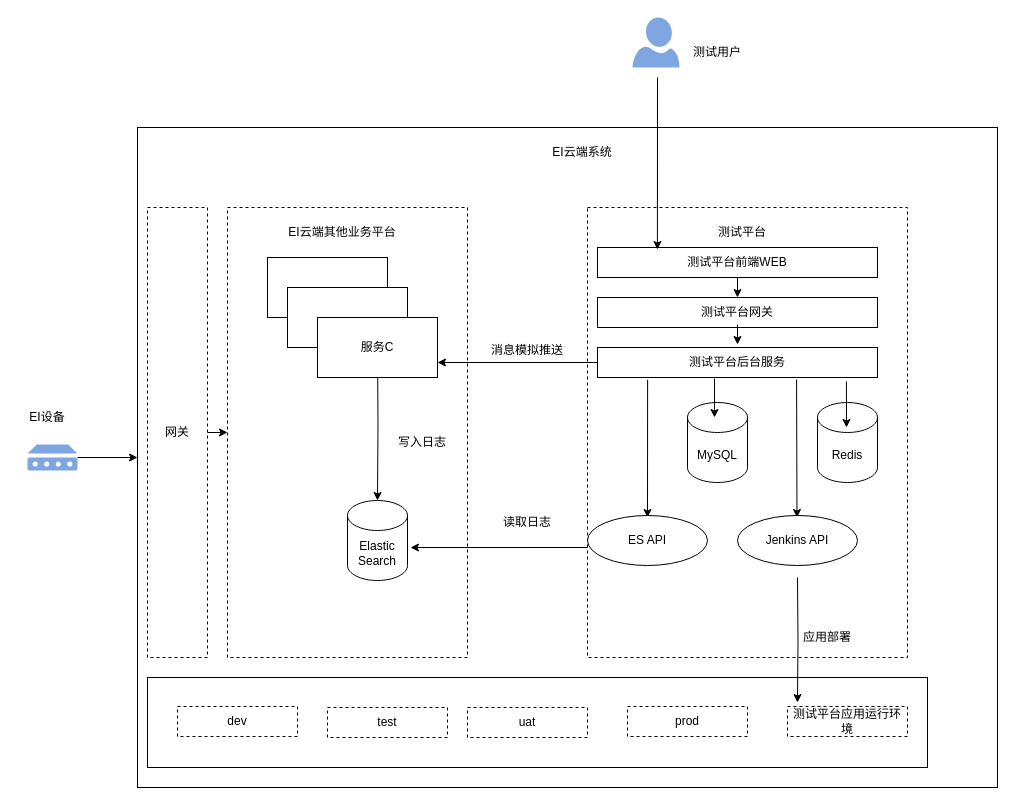
Above: ArchitectureDiagram/ei测试平台架构.drawio in liuyunlong1229/aaa (draw.io), before the change. Source tidied: cells renumbered, new cells numbered last; positions are measured from the earlier drawing's top-left corner, leaving out a move shared by most shapes. Both pictures are drawn from the tidied source at 100%, with x=0, y=0 at pixel (17, 17).
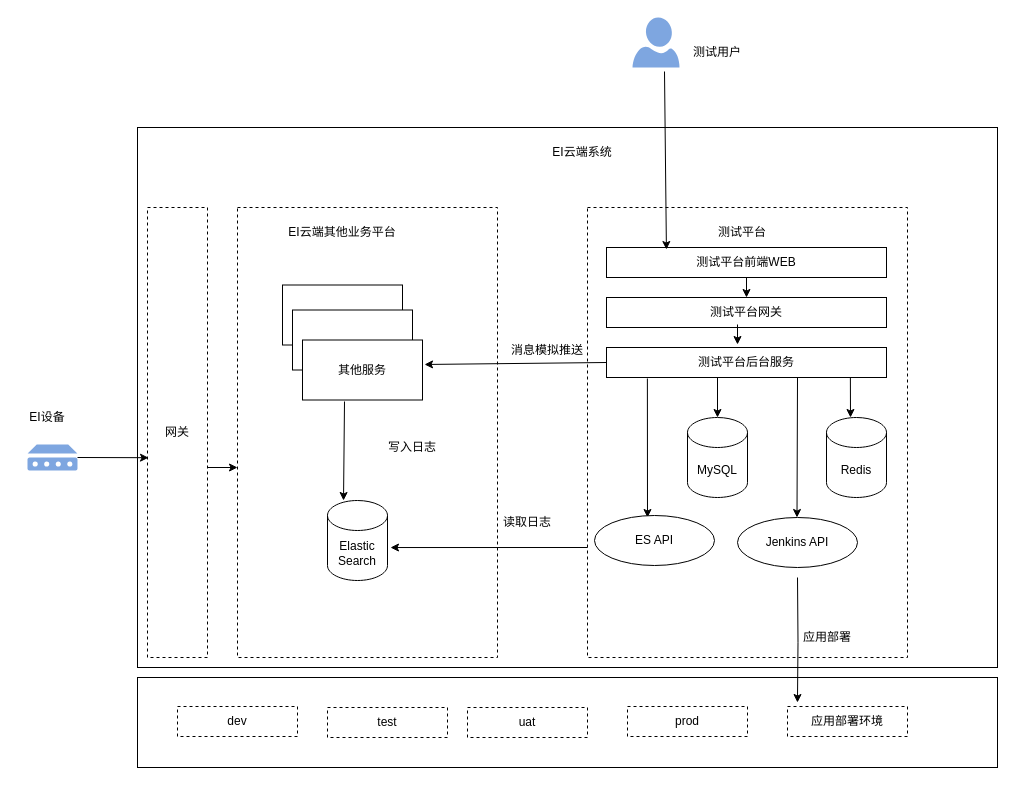
The same diagram, later.

Commit message (it also covers changes not shown here):
更新ei测试平台架构.drawio

The change refers to these unchanged cells:
```xml
<mxCell id="40" style="sketch=0;shadow=0;dashed=0;html=1;strokeColor=none;labelPosition=center;verticalLabelPosition=bottom;verticalAlign=top;align=center;fillColor=#7EA6E0;shape=mxgraph.azure.user;" parent="1" vertex="1">
  <mxGeometry x="615" width="47" height="50" as="geometry" />
</mxCell>
<mxCell id="43" value="网关" style="rounded=0;whiteSpace=wrap;html=1;dashed=1;fillColor=#FFFFFF;" parent="1" vertex="1">
  <mxGeometry x="130" y="190" width="60" height="450" as="geometry" />
</mxCell>
```

The edit, as a diff of the source:
```diff
@@
     <mxCell id="2" style="rounded=0;whiteSpace=wrap;html=1;" parent="1" vertex="1">
-      <mxGeometry x="120" y="110" width="860" height="660" as="geometry" />
+      <mxGeometry x="120" y="110" width="860" height="540" as="geometry" />
     </mxCell>
     <mxCell id="3" style="rounded=0;whiteSpace=wrap;html=1;" parent="1" vertex="1">
-      <mxGeometry x="130" y="660" width="780" height="90" as="geometry" />
+      <mxGeometry x="120" y="660" width="860" height="90" as="geometry" />
     </mxCell>
@@
     <mxCell id="6" style="rounded=0;whiteSpace=wrap;html=1;dashed=1;" parent="1" vertex="1">
-      <mxGeometry x="210" y="190" width="240" height="450" as="geometry" />
+      <mxGeometry x="220" y="190" width="260" height="450" as="geometry" />
     </mxCell>
     <mxCell id="7" value="Elastic Search" style="shape=cylinder3;whiteSpace=wrap;html=1;boundedLbl=1;backgroundOutline=1;size=15;" parent="1" vertex="1">
-      <mxGeometry x="330" y="483" width="60" height="80" as="geometry" />
+      <mxGeometry x="310" y="483" width="60" height="80" as="geometry" />
     </mxCell>
-    <mxCell id="8" style="edgeStyle=orthogonalEdgeStyle;rounded=0;jettySize=auto;html=1;exitX=0.5;exitY=1;exitDx=0;exitDy=0;" parent="1" edge="1" target="7">
-      <mxGeometry relative="1" as="geometry">
-        <mxPoint x="360" y="330" as="sourcePoint" />
-      </mxGeometry>
-    </mxCell>
-    <mxCell id="9" value="写入日志" style="text;html=1;strokeColor=none;fillColor=none;align=center;verticalAlign=middle;whiteSpace=wrap;rounded=0;" parent="1" vertex="1">
-      <mxGeometry x="350" y="410" width="110" height="30" as="geometry" />
-    </mxCell>
     <mxCell id="10" value="测试平台后台服务" style="rounded=0;whiteSpace=wrap;html=1;" parent="1" vertex="1">
-      <mxGeometry x="580" y="330" width="280" height="30" as="geometry" />
+      <mxGeometry x="589" y="330" width="280" height="30" as="geometry" />
     </mxCell>
     <mxCell id="11" value="测试平台前端WEB" style="rounded=0;whiteSpace=wrap;html=1;" parent="1" vertex="1">
-      <mxGeometry x="580" y="230" width="280" height="30" as="geometry" />
+      <mxGeometry x="589" y="230" width="280" height="30" as="geometry" />
     </mxCell>
@@
     <mxCell id="14" style="rounded=0;whiteSpace=wrap;html=1;" parent="1" vertex="1">
-      <mxGeometry x="250" y="240" width="120" height="60" as="geometry" />
+      <mxGeometry x="265" y="267.5" width="120" height="60" as="geometry" />
     </mxCell>
     <mxCell id="15" style="rounded=0;whiteSpace=wrap;html=1;" parent="1" vertex="1">
-      <mxGeometry x="270" y="270" width="120" height="60" as="geometry" />
+      <mxGeometry x="275" y="292.5" width="120" height="60" as="geometry" />
     </mxCell>
-    <mxCell id="16" value="服务C" style="rounded=0;whiteSpace=wrap;html=1;" parent="1" vertex="1">
-      <mxGeometry x="300" y="300" width="120" height="60" as="geometry" />
-    </mxCell>
@@
     <mxCell id="19" value="测试平台网关" style="rounded=0;whiteSpace=wrap;html=1;" parent="1" vertex="1">
-      <mxGeometry x="580" y="280" width="280" height="30" as="geometry" />
+      <mxGeometry x="589" y="280" width="280" height="30" as="geometry" />
     </mxCell>
-    <mxCell id="20" style="endArrow=classic;html=1;rounded=0;entryX=0.5;entryY=0;entryDx=0;entryDy=0;exitX=0.179;exitY=1.075;exitDx=0;exitDy=0;exitPerimeter=0;" parent="1" edge="1" source="10">
+    <mxCell id="20" style="endArrow=classic;html=1;rounded=0;entryX=0.5;entryY=0;entryDx=0;entryDy=0;exitX=0.146;exitY=1.033;exitDx=0;exitDy=0;exitPerimeter=0;" parent="1" edge="1" source="10">
       <mxGeometry relative="1" as="geometry">
         <mxPoint x="630" y="500" as="targetPoint" />
       </mxGeometry>
     </mxCell>
-    <mxCell id="21" style="endArrow=classic;html=1;rounded=0;entryX=0.5;entryY=0;entryDx=0;entryDy=0;exitX=0.711;exitY=1.067;exitDx=0;exitDy=0;exitPerimeter=0;" parent="1" edge="1" source="10">
+    <mxCell id="21" style="endArrow=classic;html=1;rounded=0;entryX=0.5;entryY=0;entryDx=0;entryDy=0;" parent="1" edge="1">
       <mxGeometry relative="1" as="geometry">
+        <mxPoint x="780" y="360" as="sourcePoint" />
         <mxPoint x="779.5" y="500" as="targetPoint" />
       </mxGeometry>
     </mxCell>
@@
-    <mxCell id="23" style="endArrow=classic;html=1;rounded=0;exitX=0;exitY=0.5;exitDx=0;exitDy=0;entryX=1;entryY=0.75;entryDx=0;entryDy=0;" parent="1" edge="1" source="10" target="16">
+    <mxCell id="23" style="endArrow=classic;html=1;rounded=0;exitX=0;exitY=0.5;exitDx=0;exitDy=0;entryX=1.017;entryY=0.408;entryDx=0;entryDy=0;entryPerimeter=0;" parent="1" edge="1" source="10" target="48">
       <mxGeometry relative="1" as="geometry" />
     </mxCell>
@@
-    <mxCell id="29" value="测试平台应用运行环境" style="rounded=0;whiteSpace=wrap;html=1;dashed=1;" parent="1" vertex="1">
+    <mxCell id="29" value="应用部署环境" style="rounded=0;whiteSpace=wrap;html=1;dashed=1;" parent="1" vertex="1">
       <mxGeometry x="770" y="689" width="120" height="30" as="geometry" />
     </mxCell>
@@
     <mxCell id="33" value="&lt;br&gt;消息模拟推送" style="text;html=1;strokeColor=none;fillColor=none;align=center;verticalAlign=middle;whiteSpace=wrap;rounded=0;" parent="1" vertex="1">
-      <mxGeometry x="405" y="320" width="210" height="10" as="geometry" />
+      <mxGeometry x="490" y="310" width="80" height="30" as="geometry" />
     </mxCell>
     <mxCell id="34" value="ES API" style="ellipse;whiteSpace=wrap;html=1;fillColor=#FFFFFF;" parent="1" vertex="1">
-      <mxGeometry x="570" y="498" width="120" height="50" as="geometry" />
+      <mxGeometry x="577" y="498" width="120" height="50" as="geometry" />
     </mxCell>
     <mxCell id="35" value="Jenkins API" style="ellipse;whiteSpace=wrap;html=1;fillColor=#FFFFFF;" parent="1" vertex="1">
-      <mxGeometry x="720" y="498" width="120" height="50" as="geometry" />
+      <mxGeometry x="720" y="500" width="120" height="50" as="geometry" />
     </mxCell>
     <mxCell id="36" value="Redis" style="shape=cylinder3;whiteSpace=wrap;html=1;boundedLbl=1;backgroundOutline=1;size=15;" parent="1" vertex="1">
-      <mxGeometry x="800" y="385" width="60" height="80" as="geometry" />
+      <mxGeometry x="809" y="400" width="60" height="80" as="geometry" />
     </mxCell>
     <mxCell id="37" value="MySQL" style="shape=cylinder3;whiteSpace=wrap;html=1;boundedLbl=1;backgroundOutline=1;size=15;" parent="1" vertex="1">
-      <mxGeometry x="670" y="385" width="60" height="80" as="geometry" />
+      <mxGeometry x="670" y="400" width="60" height="80" as="geometry" />
     </mxCell>
-    <mxCell id="38" style="endArrow=classic;html=1;rounded=0;exitX=0.418;exitY=1.033;exitDx=0;exitDy=0;exitPerimeter=0;" parent="1" edge="1" source="10">
+    <mxCell id="38" style="endArrow=classic;html=1;rounded=0;entryX=0.5;entryY=0;entryDx=0;entryDy=0;entryPerimeter=0;" parent="1" edge="1" target="37">
       <mxGeometry relative="1" as="geometry">
-        <mxPoint x="697" y="400" as="targetPoint" />
+        <mxPoint x="700" y="360" as="sourcePoint" />
       </mxGeometry>
     </mxCell>
-    <mxCell id="39" style="endArrow=classic;html=1;rounded=0;exitX=0.889;exitY=1.133;exitDx=0;exitDy=0;exitPerimeter=0;" parent="1" edge="1" source="10">
+    <mxCell id="39" style="endArrow=classic;html=1;rounded=0;exitX=0.871;exitY=1;exitDx=0;exitDy=0;exitPerimeter=0;" parent="1" edge="1" source="10">
       <mxGeometry relative="1" as="geometry">
-        <mxPoint x="829" y="410" as="targetPoint" />
+        <mxPoint x="833" y="400" as="targetPoint" />
       </mxGeometry>
     </mxCell>
@@
-    <mxCell id="41" style="endArrow=classic;html=1;rounded=0;entryX=0.214;entryY=0.067;entryDx=0;entryDy=0;entryPerimeter=0;" parent="1" edge="1" target="11">
-      <mxGeometry relative="1" as="geometry">
-        <mxPoint x="640" y="60" as="sourcePoint" />
-      </mxGeometry>
+    <mxCell id="41" style="endArrow=classic;html=1;rounded=0;entryX=0.214;entryY=0.067;entryDx=0;entryDy=0;entryPerimeter=0;exitX=0.681;exitY=1.08;exitDx=0;exitDy=0;exitPerimeter=0;" parent="1" edge="1" source="40" target="11">
+      <mxGeometry relative="1" as="geometry" />
     </mxCell>
@@
-    <mxCell id="45" style="endArrow=classic;html=1;rounded=0;" parent="1" edge="1" target="2">
-      <mxGeometry relative="1" as="geometry">
-        <mxPoint x="60" y="440" as="sourcePoint" />
-      </mxGeometry>
-    </mxCell>
-    <mxCell id="46" style="endArrow=classic;html=1;rounded=0;" parent="1" edge="1" source="43" target="6">
-      <mxGeometry relative="1" as="geometry" />
-    </mxCell>
@@
+    <mxCell id="48" value="其他服务" style="rounded=0;whiteSpace=wrap;html=1;" parent="1" vertex="1">
+      <mxGeometry x="285" y="322.5" width="120" height="60" as="geometry" />
+    </mxCell>
+    <mxCell id="9" value="写入日志" style="text;html=1;strokeColor=none;fillColor=none;align=center;verticalAlign=middle;whiteSpace=wrap;rounded=0;" parent="1" vertex="1">
+      <mxGeometry x="340" y="415" width="110" height="30" as="geometry" />
+    </mxCell>
+    <mxCell id="49" style="endArrow=classic;html=1;rounded=0;entryX=0.017;entryY=0.556;entryDx=0;entryDy=0;entryPerimeter=0;" parent="1" edge="1" target="43">
+      <mxGeometry relative="1" as="geometry">
+        <mxPoint x="60" y="440" as="sourcePoint" />
+      </mxGeometry>
+    </mxCell>
+    <mxCell id="50" style="endArrow=classic;html=1;rounded=0;" parent="1" edge="1">
+      <mxGeometry relative="1" as="geometry">
+        <mxPoint x="190" y="450" as="sourcePoint" />
+        <mxPoint x="220" y="450" as="targetPoint" />
+      </mxGeometry>
+    </mxCell>
+    <mxCell id="51" style="endArrow=classic;html=1;rounded=0;exitX=0.35;exitY=1.025;exitDx=0;exitDy=0;entryX=0.267;entryY=0;entryDx=0;entryDy=0;entryPerimeter=0;exitPerimeter=0;" parent="1" edge="1" source="48" target="7">
+      <mxGeometry relative="1" as="geometry" />
+    </mxCell>
```
